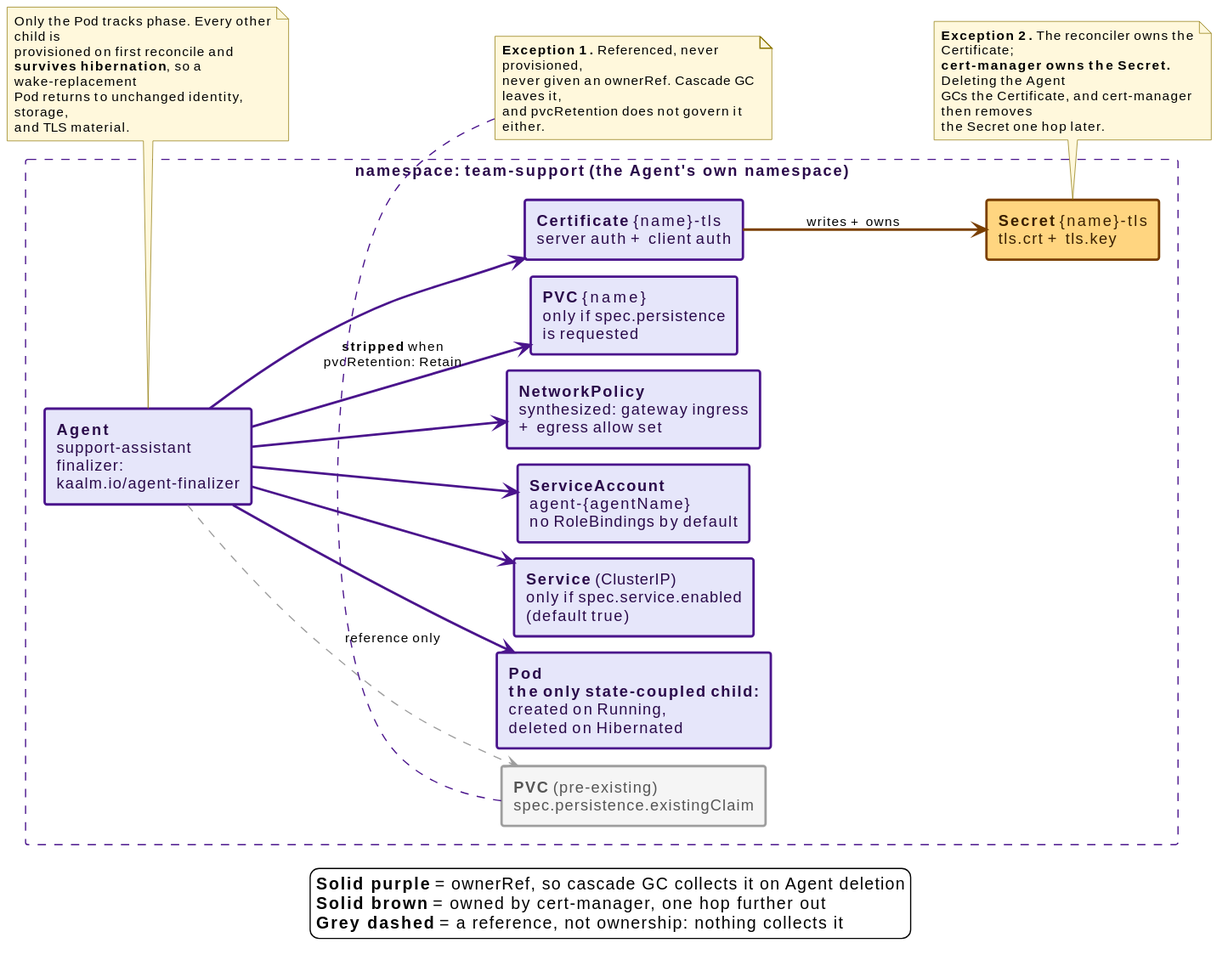
win07xp/kaalm keeps this PlantUML diagram as docs/src/diagrams/child-resource-ownership-agent.svg. Above is the earlier version.
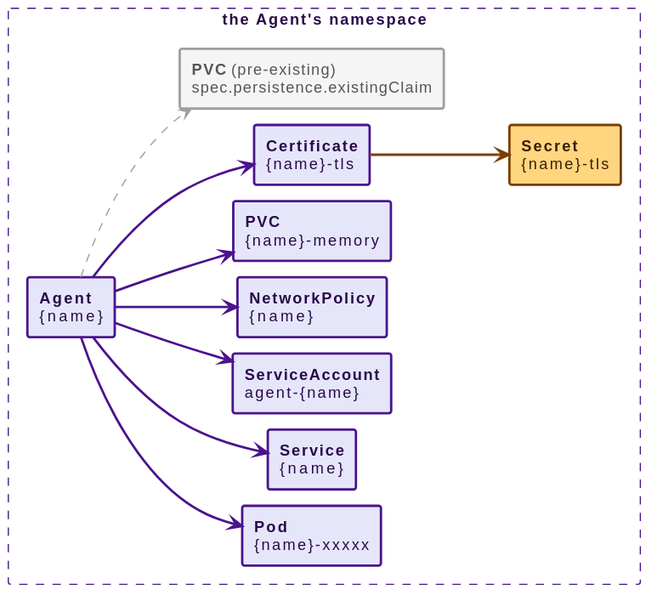
After the change.

What changed in the source:
```diff
@@ -8,55 +8,24 @@
   roundCorner 4
 }
 
-rectangle "namespace: **team-support** (the Agent's own namespace)" as ns #line:4A148C;line.dashed;text:2a0a4a {
-
-  rectangle "**Agent**\nsupport-assistant\nfinalizer:\nkaalm.io/agent-finalizer" as agent #back:E6E6FA;line:4A148C;line.bold;text:2a0a4a
-
-  rectangle "**Pod**\n**the only state-coupled child:**\ncreated on Running,\ndeleted on Hibernated" as pod #back:E6E6FA;line:4A148C;line.bold;text:2a0a4a
-  rectangle "**Service** (ClusterIP)\nonly if spec.service.enabled\n(default true)" as svc #back:E6E6FA;line:4A148C;line.bold;text:2a0a4a
-  rectangle "**ServiceAccount**\nagent-{agentName}\nno RoleBindings by default" as sa #back:E6E6FA;line:4A148C;line.bold;text:2a0a4a
-  rectangle "**NetworkPolicy**\nsynthesized: gateway ingress\n+ egress allow set" as np #back:E6E6FA;line:4A148C;line.bold;text:2a0a4a
-  rectangle "**PVC** {name}\nonly if spec.persistence\nis requested" as pvc #back:E6E6FA;line:4A148C;line.bold;text:2a0a4a
+rectangle "the Agent's namespace" as ns #line:4A148C;line.dashed;text:2a0a4a {
+  rectangle "**Agent**\n{name}" as agent #back:E6E6FA;line:4A148C;line.bold;text:2a0a4a
+  rectangle "**Pod**\n{name}-xxxxx" as pod #back:E6E6FA;line:4A148C;line.bold;text:2a0a4a
+  rectangle "**Service**\n{name}" as svc #back:E6E6FA;line:4A148C;line.bold;text:2a0a4a
+  rectangle "**ServiceAccount**\nagent-{name}" as sa #back:E6E6FA;line:4A148C;line.bold;text:2a0a4a
+  rectangle "**NetworkPolicy**\n{name}" as np #back:E6E6FA;line:4A148C;line.bold;text:2a0a4a
+  rectangle "**PVC**\n{name}-memory" as pvc #back:E6E6FA;line:4A148C;line.bold;text:2a0a4a
+  rectangle "**Certificate**\n{name}-tls" as cert #back:E6E6FA;line:4A148C;line.bold;text:2a0a4a
+  rectangle "**Secret**\n{name}-tls" as secret #back:FFD580;line:7a3f00;line.bold;text:3a1f00
   rectangle "**PVC** (pre-existing)\nspec.persistence.existingClaim" as extpvc #back:F5F5F5;line:9E9E9E;line.bold;text:555555
-  rectangle "**Certificate** {name}-tls\nserver auth + client auth" as cert #back:E6E6FA;line:4A148C;line.bold;text:2a0a4a
-  rectangle "**Secret** {name}-tls\ntls.crt + tls.key" as secret #back:FFD580;line:7a3f00;line.bold;text:3a1f00
 }
 
 agent -[#4A148C,bold]-> pod
 agent -[#4A148C,bold]-> svc
 agent -[#4A148C,bold]-> sa
 agent -[#4A148C,bold]-> np
-agent -[#4A148C,bold]-> pvc : **stripped** when\npvcRetention: Retain
+agent -[#4A148C,bold]-> pvc
 agent -[#4A148C,bold]-> cert
-
-agent -[#9E9E9E,dashed]-> extpvc : reference only
-
-cert -[#7a3f00,bold]-> secret : writes + owns
-
-note bottom of extpvc
-  **Exception 1.** Referenced, never provisioned,
-  never given an ownerRef. Cascade GC leaves it,
-  and pvcRetention does not govern it either.
-end note
-
-note bottom of secret
-  **Exception 2.** The reconciler owns the Certificate;
-  **cert-manager owns the Secret.** Deleting the Agent
-  GCs the Certificate, and cert-manager then removes
-  the Secret one hop later.
-end note
-
-note bottom of agent
-  Only the Pod tracks phase. Every other child is
-  provisioned on first reconcile and
-  **survives hibernation**, so a wake-replacement
-  Pod returns to unchanged identity, storage,
-  and TLS material.
-end note
-
-legend bottom
-  **Solid purple** = ownerRef, so cascade GC collects it on Agent deletion
-  **Solid brown** = owned by cert-manager, one hop further out
-  **Grey dashed** = a reference, not ownership: nothing collects it
-endlegend
+cert -[#7a3f00,bold]-> secret
+agent -[#9E9E9E,dashed]-> extpvc
 @enduml
```
